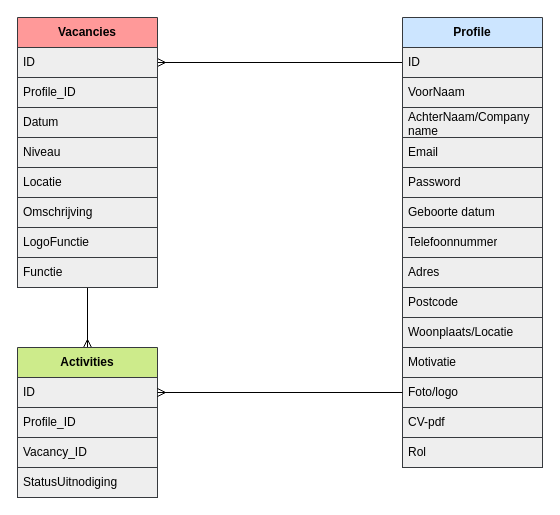
Earlier version of the draw.io diagram documents/erd/VAC-ERD-Uitgewerkt-gegevensmodel-AS-v1.drawio (AaronSaya/educom-symfony-1690191754). Source tidied: cells renumbered, new cells numbered last; positions are measured from the earlier drawing's top-left corner, leaving out a move shared by most shapes. Both pictures are drawn from the tidied source at 100%, with x=0, y=0 at pixel (17, 17).
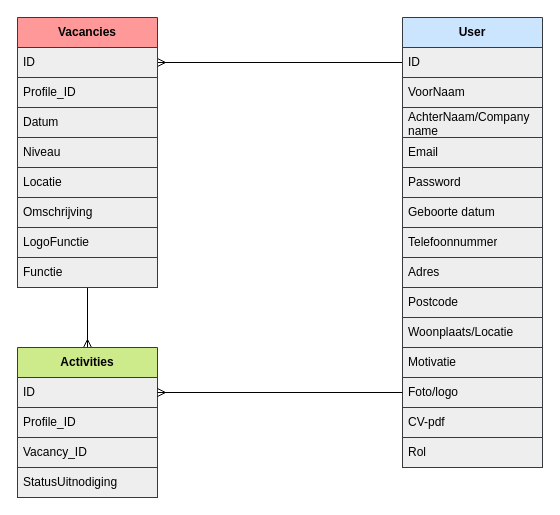
The same page after the edit.

Commit message (it also covers changes not shown here):
Gegevensmodel maken #2

Diff of the diagram source:
```diff
@@
-    <mxCell id="3" value="Profile" style="swimlane;fontStyle=1;horizontal=1;startSize=30;whiteSpace=wrap;html=1;rounded=0;labelBackgroundColor=none;labelBorderColor=none;fillColor=#cce5ff;strokeColor=#36393d;fontColor=#000000;" parent="1" vertex="1">
+    <mxCell id="3" value="User" style="swimlane;fontStyle=1;horizontal=1;startSize=30;whiteSpace=wrap;html=1;rounded=0;labelBackgroundColor=none;labelBorderColor=none;fillColor=#cce5ff;strokeColor=#36393d;fontColor=#000000;" parent="1" vertex="1">
       <mxGeometry x="385" width="140" height="450" as="geometry" />
     </mxCell>
```
